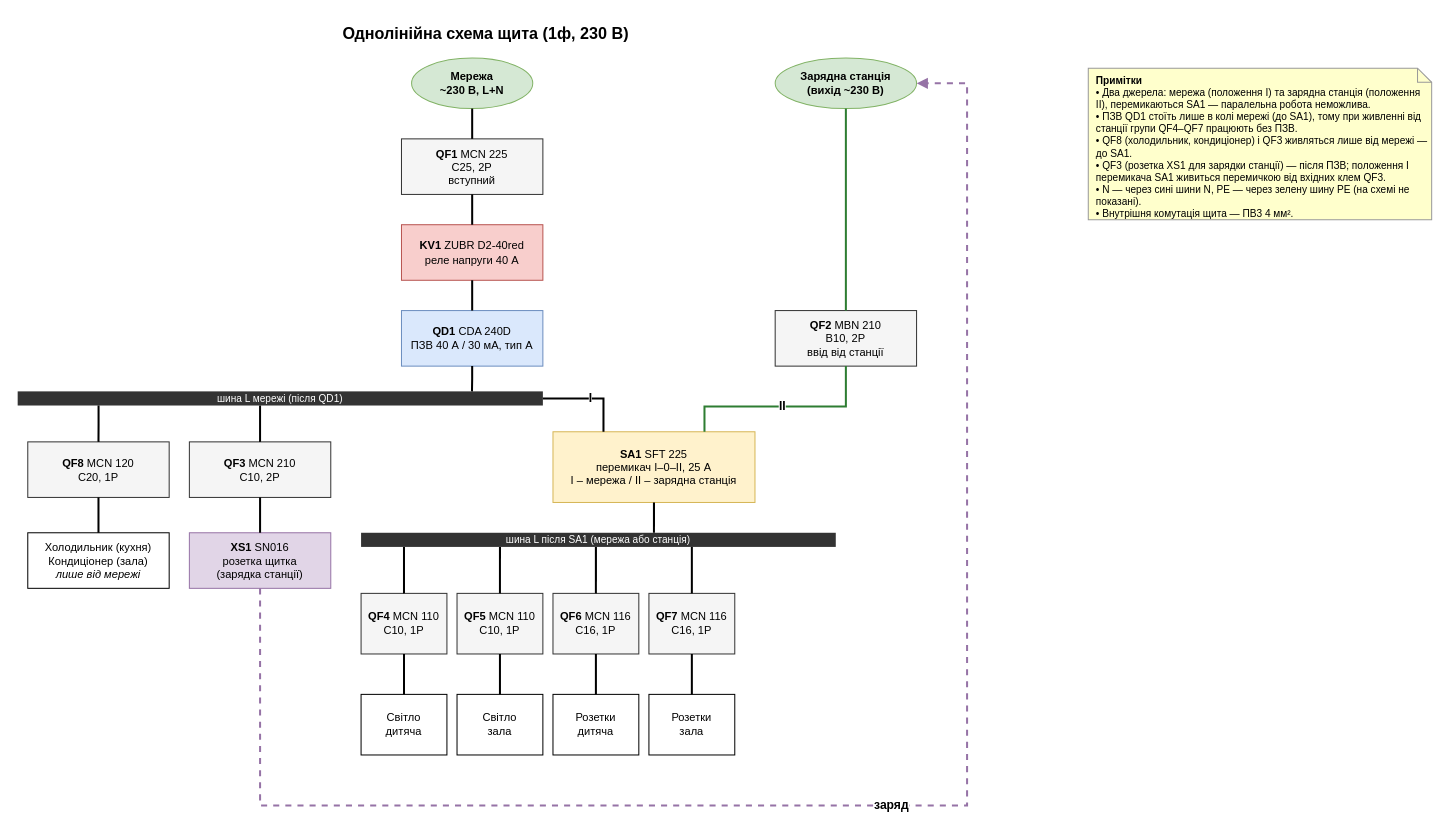
This is page "Однолінійна схема" (1 of 3) of electrical-panel/shchyt.drawio from bagbkaf1n/Claude, a draw.io file, before an edit. Source tidied: cells renumbered, new cells numbered last; positions are measured from the earlier drawing's top-left corner, leaving out a move shared by most shapes. Both pictures are drawn from the tidied source at 101%, with x=0, y=0 at pixel (17, 17).
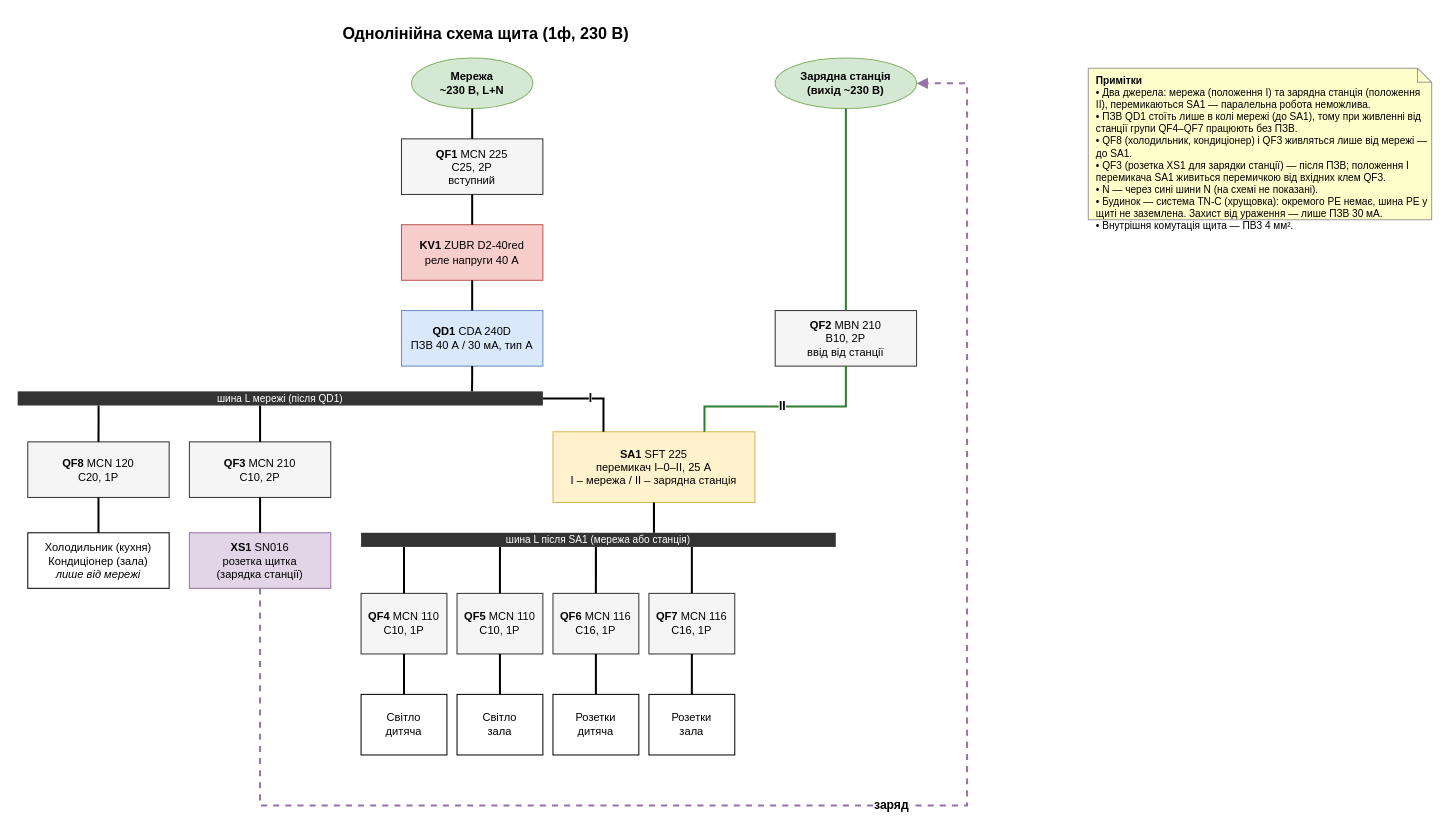
The same page after the edit.

Change to the diagram source:
```diff
@@
-    <mxCell id="45" value="&lt;b&gt;Примітки&lt;/b&gt;&lt;br&gt;• Два джерела: мережа (положення I) та зарядна станція (положення II), перемикаються SA1 — паралельна робота неможлива.&lt;br&gt;• ПЗВ QD1 стоїть лише в колі мережі (до SA1), тому при живленні від станції групи QF4–QF7 працюють без ПЗВ.&lt;br&gt;• QF8 (холодильник, кондиціонер) і QF3 живляться лише від мережі — до SA1.&lt;br&gt;• QF3 (розетка XS1 для зарядки станції) — після ПЗВ; положення I перемикача SA1 живиться перемичкою від вхідних клем QF3.&lt;br&gt;• N — через сині шини N, PE — через зелену шину PE (на схемі не показані).&lt;br&gt;• Внутрішня комутація щита — ПВ3 4 мм²." style="rounded=0;whiteSpace=wrap;html=1;fontSize=11;fontColor=#000000;shape=note;size=14;fillColor=#ffffcc;strokeColor=#999999;align=left;verticalAlign=top;spacingLeft=6;fontSize=10;" parent="1" vertex="1">
+    <mxCell id="45" value="&lt;b&gt;Примітки&lt;/b&gt;&lt;br&gt;• Два джерела: мережа (положення I) та зарядна станція (положення II), перемикаються SA1 — паралельна робота неможлива.&lt;br&gt;• ПЗВ QD1 стоїть лише в колі мережі (до SA1), тому при живленні від станції групи QF4–QF7 працюють без ПЗВ.&lt;br&gt;• QF8 (холодильник, кондиціонер) і QF3 живляться лише від мережі — до SA1.&lt;br&gt;• QF3 (розетка XS1 для зарядки станції) — після ПЗВ; положення I перемикача SA1 живиться перемичкою від вхідних клем QF3.&lt;br&gt;• N — через сині шини N (на схемі не показані).&lt;br&gt;• Будинок — система TN-C (хрущовка): окремого PE немає, шина PE у щиті не заземлена. Захист від ураження — лише ПЗВ 30 мА.&lt;br&gt;• Внутрішня комутація щита — ПВ3 4 мм²." style="rounded=0;whiteSpace=wrap;html=1;fontSize=11;fontColor=#000000;shape=note;size=14;fillColor=#ffffcc;strokeColor=#999999;align=left;verticalAlign=top;spacingLeft=6;fontSize=10;" parent="1" vertex="1">
       <mxGeometry x="1060" y="50" width="340" height="150" as="geometry" />
     </mxCell>
```
